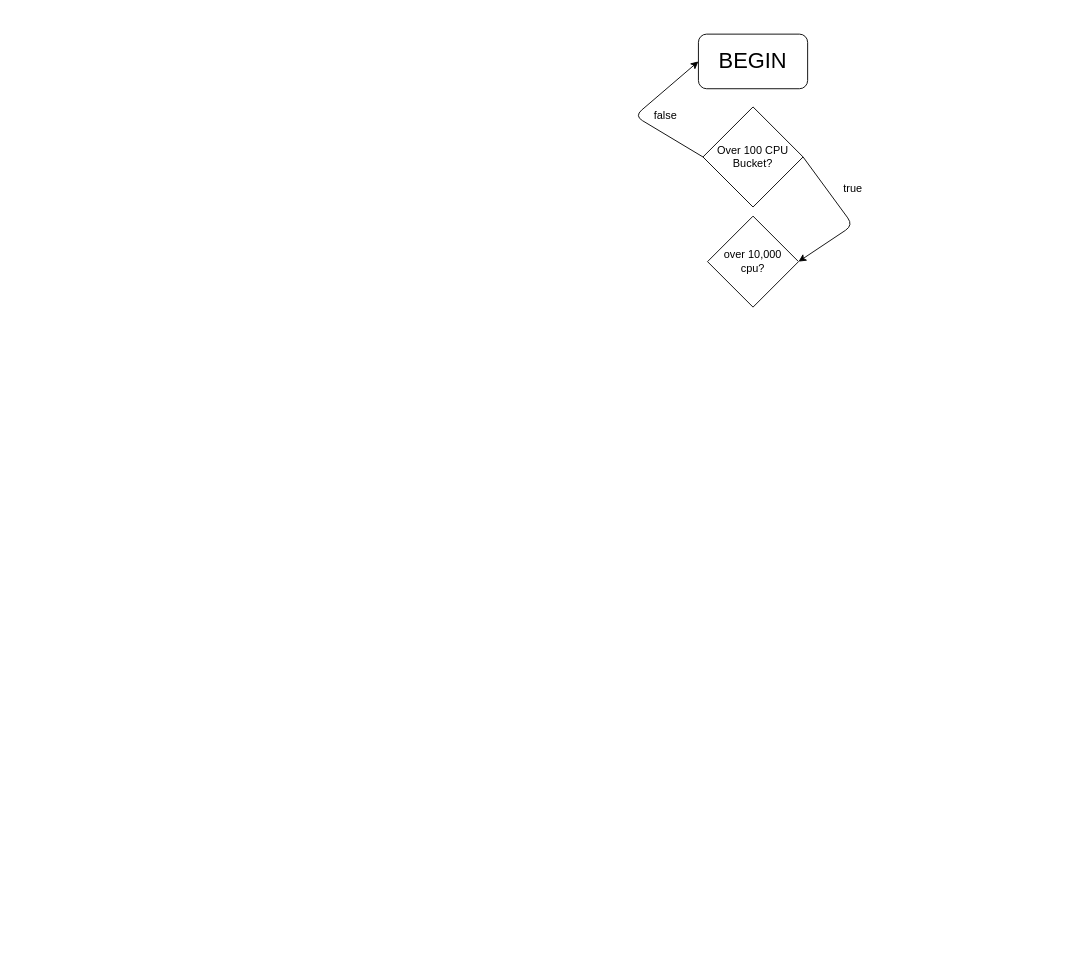
NotTacoz/screeps keeps this draw.io diagram as Untitled Diagram.drawio. Above is the earlier version. Source tidied: cells renumbered, new cells numbered last; positions are measured from the earlier drawing's top-left corner, leaving out a move shared by most shapes. Both pictures are drawn from the tidied source at 91%, with x=0, y=0 at pixel (634, 34).
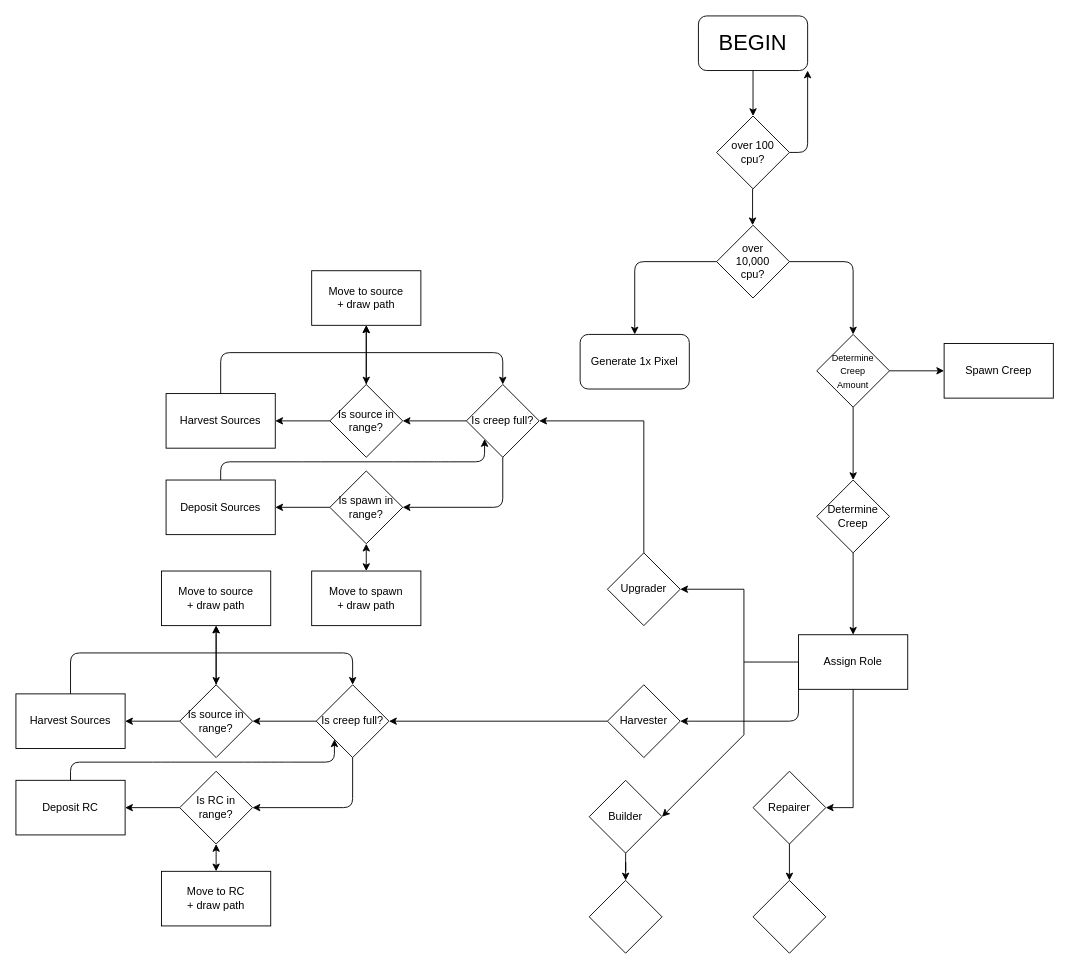
The same diagram, later.

What changed in the source:
```diff
@@
     <mxCell id="2" value="&lt;font style=&quot;font-size: 24px&quot;&gt;BEGIN&lt;/font&gt;" style="rounded=1;whiteSpace=wrap;html=1;" parent="1" vertex="1">
-      <mxGeometry x="70" width="120" height="60" as="geometry" />
+      <mxGeometry x="70" y="-20" width="120" height="60" as="geometry" />
     </mxCell>
-    <mxCell id="3" value="Over 100 CPU Bucket?" style="rhombus;whiteSpace=wrap;html=1;" parent="1" vertex="1">
-      <mxGeometry x="75" y="80" width="110" height="110" as="geometry" />
-    </mxCell>
-    <mxCell id="4" style="endArrow=classic;html=1;entryX=0;entryY=0.5;entryDx=0;entryDy=0;exitX=0;exitY=0.5;exitDx=0;exitDy=0;" parent="1" edge="1" source="3" target="2">
-      <mxGeometry relative="1" as="geometry">
-        <Array as="points">
-          <mxPoint y="90" />
-        </Array>
-      </mxGeometry>
-    </mxCell>
-    <mxCell id="5" style="endArrow=classic;html=1;exitX=1;exitY=0.5;exitDx=0;exitDy=0;entryX=1;entryY=0.5;entryDx=0;entryDy=0;" parent="1" edge="1" source="3" target="8">
-      <mxGeometry relative="1" as="geometry">
-        <Array as="points">
-          <mxPoint x="240" y="210" />
-        </Array>
-      </mxGeometry>
-    </mxCell>
-    <mxCell id="6" value="true" style="text;html=1;strokeColor=none;fillColor=none;align=center;verticalAlign=middle;whiteSpace=wrap;rounded=0;" parent="1" vertex="1">
-      <mxGeometry x="220" y="160" width="40" height="20" as="geometry" />
-    </mxCell>
-    <mxCell id="7" value="false" style="text;html=1;strokeColor=none;fillColor=none;align=center;verticalAlign=middle;whiteSpace=wrap;rounded=0;" parent="1" vertex="1">
-      <mxGeometry x="14" y="80" width="40" height="20" as="geometry" />
-    </mxCell>
+    <mxCell id="9" style="endArrow=classic;html=1;exitX=0.5;exitY=1;exitDx=0;exitDy=0;" parent="1" edge="1">
+      <mxGeometry relative="1" as="geometry">
+        <mxPoint x="129.5" y="170" as="sourcePoint" />
+        <mxPoint x="129.5" y="210" as="targetPoint" />
+      </mxGeometry>
+    </mxCell>
+    <mxCell id="10" style="endArrow=classic;html=1;entryX=0.5;entryY=0;entryDx=0;entryDy=0;exitX=0.5;exitY=1;exitDx=0;exitDy=0;" parent="1" edge="1" source="2">
+      <mxGeometry relative="1" as="geometry">
+        <mxPoint x="130" y="90" as="targetPoint" />
+      </mxGeometry>
+    </mxCell>
+    <mxCell id="11" value="over 100 &lt;br&gt;cpu?" style="rhombus;whiteSpace=wrap;html=1;" parent="1" vertex="1">
+      <mxGeometry x="90" y="90" width="80" height="80" as="geometry" />
+    </mxCell>
-    <mxCell id="8" value="over 10,000&lt;br&gt;cpu?" style="rhombus;whiteSpace=wrap;html=1;" parent="1" vertex="1">
-      <mxGeometry x="80" y="200" width="100" height="100" as="geometry" />
+    <mxCell id="8" value="over &lt;br&gt;10,000&lt;br&gt;cpu?" style="rhombus;whiteSpace=wrap;html=1;" parent="1" vertex="1">
+      <mxGeometry x="90" y="210" width="80" height="80" as="geometry" />
     </mxCell>
+    <mxCell id="12" style="endArrow=classic;html=1;entryX=0.5;entryY=0;entryDx=0;entryDy=0;" parent="1" edge="1">
+      <mxGeometry relative="1" as="geometry">
+        <mxPoint x="170" y="250" as="sourcePoint" />
+        <mxPoint x="240" y="330" as="targetPoint" />
+        <Array as="points">
+          <mxPoint x="240" y="250" />
+        </Array>
+      </mxGeometry>
+    </mxCell>
+    <mxCell id="13" style="endArrow=classic;html=1;exitX=1;exitY=0.5;exitDx=0;exitDy=0;entryX=1;entryY=1;entryDx=0;entryDy=0;" parent="1" edge="1" source="11" target="2">
+      <mxGeometry relative="1" as="geometry">
+        <Array as="points">
+          <mxPoint x="190" y="130" />
+        </Array>
+      </mxGeometry>
+    </mxCell>
+    <mxCell id="14" style="endArrow=classic;html=1;exitX=0;exitY=0.5;exitDx=0;exitDy=0;" parent="1" edge="1" source="8">
+      <mxGeometry relative="1" as="geometry">
+        <mxPoint y="330" as="targetPoint" />
+        <Array as="points">
+          <mxPoint y="250" />
+        </Array>
+      </mxGeometry>
+    </mxCell>
+    <mxCell id="15" value="Generate 1x Pixel" style="rounded=1;whiteSpace=wrap;html=1;" parent="1" vertex="1">
+      <mxGeometry x="-60" y="330" width="120" height="60" as="geometry" />
+    </mxCell>
+    <mxCell id="16" style="edgeStyle=orthogonalEdgeStyle;rounded=0;jettySize=auto;html=1;" parent="1" edge="1" source="18" target="19">
+      <mxGeometry relative="1" as="geometry" />
+    </mxCell>
+    <mxCell id="17" style="edgeStyle=orthogonalEdgeStyle;rounded=0;jettySize=auto;html=1;" parent="1" edge="1" source="18" target="21">
+      <mxGeometry relative="1" as="geometry" />
+    </mxCell>
+    <mxCell id="18" value="&lt;font style=&quot;font-size: 10px&quot;&gt;Determine&lt;br&gt;Creep&lt;br&gt;Amount&lt;/font&gt;" style="rhombus;whiteSpace=wrap;html=1;" parent="1" vertex="1">
+      <mxGeometry x="200" y="330" width="80" height="80" as="geometry" />
+    </mxCell>
+    <mxCell id="19" value="Spawn Creep" style="whiteSpace=wrap;html=1;" parent="1" vertex="1">
+      <mxGeometry x="340" y="340" width="120" height="60" as="geometry" />
+    </mxCell>
+    <mxCell id="20" style="edgeStyle=orthogonalEdgeStyle;rounded=0;jettySize=auto;html=1;" parent="1" edge="1" source="21" target="24">
+      <mxGeometry relative="1" as="geometry" />
+    </mxCell>
+    <mxCell id="21" value="Determine&lt;br&gt;Creep" style="rhombus;whiteSpace=wrap;html=1;" parent="1" vertex="1">
+      <mxGeometry x="200" y="490" width="80" height="80" as="geometry" />
+    </mxCell>
+    <mxCell id="22" style="edgeStyle=orthogonalEdgeStyle;rounded=0;jettySize=auto;html=1;entryX=1;entryY=0.5;entryDx=0;entryDy=0;" parent="1" edge="1" source="24" target="26">
+      <mxGeometry relative="1" as="geometry">
+        <Array as="points">
+          <mxPoint x="120" y="690" />
+          <mxPoint x="120" y="610" />
+        </Array>
+      </mxGeometry>
+    </mxCell>
+    <mxCell id="23" style="edgeStyle=orthogonalEdgeStyle;rounded=0;jettySize=auto;html=1;strokeColor=#000000;entryX=1;entryY=0.5;entryDx=0;entryDy=0;" parent="1" edge="1" source="24" target="34">
+      <mxGeometry relative="1" as="geometry">
+        <Array as="points">
+          <mxPoint x="240" y="850" />
+        </Array>
+      </mxGeometry>
+    </mxCell>
+    <mxCell id="24" value="Assign Role" style="whiteSpace=wrap;html=1;" parent="1" vertex="1">
+      <mxGeometry x="180" y="660" width="120" height="60" as="geometry" />
+    </mxCell>
+    <mxCell id="25" style="edgeStyle=orthogonalEdgeStyle;rounded=0;jettySize=auto;html=1;strokeColor=#000000;" parent="1" edge="1" source="26" target="36">
+      <mxGeometry relative="1" as="geometry">
+        <Array as="points">
+          <mxPoint x="10" y="425" />
+        </Array>
+      </mxGeometry>
+    </mxCell>
+    <mxCell id="26" value="Upgrader" style="rhombus;whiteSpace=wrap;html=1;" parent="1" vertex="1">
+      <mxGeometry x="-30" y="570" width="80" height="80" as="geometry" />
+    </mxCell>
+    <mxCell id="27" style="edgeStyle=orthogonalEdgeStyle;rounded=0;jettySize=auto;html=1;strokeColor=#000000;entryX=1;entryY=0.5;entryDx=0;entryDy=0;" parent="1" edge="1" source="28" target="54">
+      <mxGeometry relative="1" as="geometry" />
+    </mxCell>
+    <mxCell id="28" value="Harvester" style="rhombus;whiteSpace=wrap;html=1;" parent="1" vertex="1">
+      <mxGeometry x="-30" y="715" width="80" height="80" as="geometry" />
+    </mxCell>
+    <mxCell id="29" style="endArrow=classic;html=1;exitX=0;exitY=0.5;exitDx=0;exitDy=0;entryX=1;entryY=0.5;entryDx=0;entryDy=0;" parent="1" edge="1" source="24" target="28">
+      <mxGeometry relative="1" as="geometry">
+        <Array as="points">
+          <mxPoint x="180" y="755" />
+        </Array>
+      </mxGeometry>
+    </mxCell>
+    <mxCell id="30" style="edgeStyle=orthogonalEdgeStyle;rounded=0;jettySize=auto;html=1;strokeColor=#000000;" parent="1" edge="1" source="31" target="37">
+      <mxGeometry relative="1" as="geometry" />
+    </mxCell>
+    <mxCell id="31" value="Builder" style="rhombus;whiteSpace=wrap;html=1;" parent="1" vertex="1">
+      <mxGeometry x="-50" y="820" width="80" height="80" as="geometry" />
+    </mxCell>
+    <mxCell id="32" style="endArrow=classic;html=1;entryX=1;entryY=0.5;entryDx=0;entryDy=0;rounded=0;" parent="1" edge="1" target="31">
+      <mxGeometry relative="1" as="geometry">
+        <mxPoint x="120" y="690" as="sourcePoint" />
+        <Array as="points">
+          <mxPoint x="120" y="770" />
+        </Array>
+      </mxGeometry>
+    </mxCell>
+    <mxCell id="33" style="edgeStyle=orthogonalEdgeStyle;rounded=0;jettySize=auto;html=1;strokeColor=#000000;" parent="1" edge="1" source="34" target="38">
+      <mxGeometry relative="1" as="geometry" />
+    </mxCell>
+    <mxCell id="34" value="Repairer" style="rhombus;whiteSpace=wrap;html=1;" parent="1" vertex="1">
+      <mxGeometry x="130" y="810" width="80" height="80" as="geometry" />
+    </mxCell>
+    <mxCell id="35" style="edgeStyle=orthogonalEdgeStyle;rounded=0;jettySize=auto;html=1;strokeColor=#000000;" parent="1" edge="1" source="36" target="41">
+      <mxGeometry relative="1" as="geometry" />
+    </mxCell>
+    <mxCell id="36" value="Is creep full?" style="rhombus;whiteSpace=wrap;html=1;" parent="1" vertex="1">
+      <mxGeometry x="-185" y="385" width="80" height="80" as="geometry" />
+    </mxCell>
+    <mxCell id="37" style="rhombus;whiteSpace=wrap;html=1;" parent="1" vertex="1">
+      <mxGeometry x="-50" y="930" width="80" height="80" as="geometry" />
+    </mxCell>
+    <mxCell id="38" style="rhombus;whiteSpace=wrap;html=1;" parent="1" vertex="1">
+      <mxGeometry x="130" y="930" width="80" height="80" as="geometry" />
+    </mxCell>
+    <mxCell id="39" style="edgeStyle=orthogonalEdgeStyle;rounded=0;jettySize=auto;html=1;strokeColor=#000000;" parent="1" edge="1" source="41" target="42">
+      <mxGeometry relative="1" as="geometry" />
+    </mxCell>
+    <mxCell id="40" style="edgeStyle=orthogonalEdgeStyle;rounded=0;jettySize=auto;html=1;strokeColor=#000000;" parent="1" edge="1" source="41" target="44">
+      <mxGeometry relative="1" as="geometry" />
+    </mxCell>
+    <mxCell id="41" value="Is source in range?" style="rhombus;whiteSpace=wrap;html=1;" parent="1" vertex="1">
+      <mxGeometry x="-335" y="385" width="80" height="80" as="geometry" />
+    </mxCell>
+    <mxCell id="42" value="Move to source&lt;br&gt;+ draw path" style="whiteSpace=wrap;html=1;" parent="1" vertex="1">
+      <mxGeometry x="-355" y="260" width="120" height="60" as="geometry" />
+    </mxCell>
+    <mxCell id="43" style="endArrow=classic;startArrow=classic;html=1;strokeColor=#000000;entryX=0.5;entryY=1;entryDx=0;entryDy=0;exitX=0.5;exitY=0;exitDx=0;exitDy=0;" parent="1" edge="1" source="41" target="42">
+      <mxGeometry relative="1" as="geometry" />
+    </mxCell>
+    <mxCell id="44" value="Harvest Sources" style="whiteSpace=wrap;html=1;" parent="1" vertex="1">
+      <mxGeometry x="-515" y="395" width="120" height="60" as="geometry" />
+    </mxCell>
+    <mxCell id="45" style="endArrow=classic;html=1;strokeColor=#000000;entryX=0.5;entryY=0;entryDx=0;entryDy=0;exitX=0.5;exitY=0;exitDx=0;exitDy=0;" parent="1" edge="1" source="44" target="36">
+      <mxGeometry relative="1" as="geometry">
+        <Array as="points">
+          <mxPoint x="-455" y="350" />
+          <mxPoint x="-145" y="350" />
+        </Array>
+      </mxGeometry>
+    </mxCell>
+    <mxCell id="46" style="endArrow=classic;html=1;strokeColor=#000000;exitX=0.5;exitY=1;exitDx=0;exitDy=0;entryX=1;entryY=0.5;entryDx=0;entryDy=0;" parent="1" edge="1" source="36" target="48">
+      <mxGeometry relative="1" as="geometry">
+        <Array as="points">
+          <mxPoint x="-145" y="520" />
+        </Array>
+      </mxGeometry>
+    </mxCell>
+    <mxCell id="47" style="edgeStyle=orthogonalEdgeStyle;rounded=0;jettySize=auto;html=1;strokeColor=#000000;" parent="1" edge="1" source="48" target="49">
+      <mxGeometry relative="1" as="geometry" />
+    </mxCell>
+    <mxCell id="48" value="Is spawn in range?" style="rhombus;whiteSpace=wrap;html=1;" parent="1" vertex="1">
+      <mxGeometry x="-335" y="480" width="80" height="80" as="geometry" />
+    </mxCell>
+    <mxCell id="49" value="Deposit Sources" style="whiteSpace=wrap;html=1;" parent="1" vertex="1">
+      <mxGeometry x="-515" y="490" width="120" height="60" as="geometry" />
+    </mxCell>
+    <mxCell id="50" style="endArrow=classic;html=1;strokeColor=#000000;exitX=0.5;exitY=0;exitDx=0;exitDy=0;entryX=0;entryY=1;entryDx=0;entryDy=0;" parent="1" edge="1" source="49" target="36">
+      <mxGeometry relative="1" as="geometry">
+        <Array as="points">
+          <mxPoint x="-455" y="470" />
+          <mxPoint x="-355" y="470" />
+          <mxPoint x="-255" y="470" />
+          <mxPoint x="-225" y="470" />
+          <mxPoint x="-215" y="470" />
+          <mxPoint x="-165" y="470" />
+        </Array>
+      </mxGeometry>
+    </mxCell>
+    <mxCell id="51" value="Move to spawn&lt;br&gt;+ draw path" style="whiteSpace=wrap;html=1;" parent="1" vertex="1">
+      <mxGeometry x="-355" y="590" width="120" height="60" as="geometry" />
+    </mxCell>
+    <mxCell id="52" style="endArrow=classic;startArrow=classic;html=1;strokeColor=#000000;entryX=0.5;entryY=1;entryDx=0;entryDy=0;" parent="1" edge="1" source="51" target="48">
+      <mxGeometry relative="1" as="geometry" />
+    </mxCell>
+    <mxCell id="53" style="edgeStyle=orthogonalEdgeStyle;rounded=0;jettySize=auto;html=1;strokeColor=#000000;" parent="1" edge="1" source="54" target="57">
+      <mxGeometry relative="1" as="geometry" />
+    </mxCell>
+    <mxCell id="54" value="Is creep full?" style="rhombus;whiteSpace=wrap;html=1;" parent="1" vertex="1">
+      <mxGeometry x="-350" y="715" width="80" height="80" as="geometry" />
+    </mxCell>
+    <mxCell id="55" style="edgeStyle=orthogonalEdgeStyle;rounded=0;jettySize=auto;html=1;strokeColor=#000000;" parent="1" edge="1" source="57" target="58">
+      <mxGeometry relative="1" as="geometry" />
+    </mxCell>
+    <mxCell id="56" style="edgeStyle=orthogonalEdgeStyle;rounded=0;jettySize=auto;html=1;strokeColor=#000000;" parent="1" edge="1" source="57" target="60">
+      <mxGeometry relative="1" as="geometry" />
+    </mxCell>
+    <mxCell id="57" value="Is source in range?" style="rhombus;whiteSpace=wrap;html=1;" parent="1" vertex="1">
+      <mxGeometry x="-500" y="715" width="80" height="80" as="geometry" />
+    </mxCell>
+    <mxCell id="58" value="Move to source&lt;br&gt;+ draw path" style="whiteSpace=wrap;html=1;" parent="1" vertex="1">
+      <mxGeometry x="-520" y="590" width="120" height="60" as="geometry" />
+    </mxCell>
+    <mxCell id="59" style="endArrow=classic;startArrow=classic;html=1;strokeColor=#000000;entryX=0.5;entryY=1;entryDx=0;entryDy=0;exitX=0.5;exitY=0;exitDx=0;exitDy=0;" parent="1" edge="1" source="57" target="58">
+      <mxGeometry relative="1" as="geometry" />
+    </mxCell>
+    <mxCell id="60" value="Harvest Sources" style="whiteSpace=wrap;html=1;" parent="1" vertex="1">
+      <mxGeometry x="-680" y="725" width="120" height="60" as="geometry" />
+    </mxCell>
+    <mxCell id="61" style="endArrow=classic;html=1;strokeColor=#000000;entryX=0.5;entryY=0;entryDx=0;entryDy=0;exitX=0.5;exitY=0;exitDx=0;exitDy=0;" parent="1" edge="1" source="60" target="54">
+      <mxGeometry relative="1" as="geometry">
+        <Array as="points">
+          <mxPoint x="-620" y="680" />
+          <mxPoint x="-310" y="680" />
+        </Array>
+      </mxGeometry>
+    </mxCell>
+    <mxCell id="62" style="endArrow=classic;html=1;strokeColor=#000000;exitX=0.5;exitY=1;exitDx=0;exitDy=0;entryX=1;entryY=0.5;entryDx=0;entryDy=0;" parent="1" edge="1" source="54" target="64">
+      <mxGeometry relative="1" as="geometry">
+        <Array as="points">
+          <mxPoint x="-310" y="850" />
+        </Array>
+      </mxGeometry>
+    </mxCell>
+    <mxCell id="63" style="edgeStyle=orthogonalEdgeStyle;rounded=0;jettySize=auto;html=1;strokeColor=#000000;" parent="1" edge="1" source="64" target="65">
+      <mxGeometry relative="1" as="geometry" />
+    </mxCell>
+    <mxCell id="64" value="Is RC in range?" style="rhombus;whiteSpace=wrap;html=1;" parent="1" vertex="1">
+      <mxGeometry x="-500" y="810" width="80" height="80" as="geometry" />
+    </mxCell>
+    <mxCell id="65" value="Deposit RC" style="whiteSpace=wrap;html=1;" parent="1" vertex="1">
+      <mxGeometry x="-680" y="820" width="120" height="60" as="geometry" />
+    </mxCell>
+    <mxCell id="66" style="endArrow=classic;html=1;strokeColor=#000000;exitX=0.5;exitY=0;exitDx=0;exitDy=0;entryX=0;entryY=1;entryDx=0;entryDy=0;" parent="1" edge="1" source="65" target="54">
+      <mxGeometry relative="1" as="geometry">
+        <Array as="points">
+          <mxPoint x="-620" y="800" />
+          <mxPoint x="-520" y="800" />
+          <mxPoint x="-420" y="800" />
+          <mxPoint x="-390" y="800" />
+          <mxPoint x="-380" y="800" />
+          <mxPoint x="-330" y="800" />
+        </Array>
+      </mxGeometry>
+    </mxCell>
+    <mxCell id="67" value="Move to RC&lt;br&gt;+ draw path" style="whiteSpace=wrap;html=1;" parent="1" vertex="1">
+      <mxGeometry x="-520" y="920" width="120" height="60" as="geometry" />
+    </mxCell>
+    <mxCell id="68" style="endArrow=classic;startArrow=classic;html=1;strokeColor=#000000;entryX=0.5;entryY=1;entryDx=0;entryDy=0;" parent="1" edge="1" source="67" target="64">
+      <mxGeometry relative="1" as="geometry" />
+    </mxCell>
```
